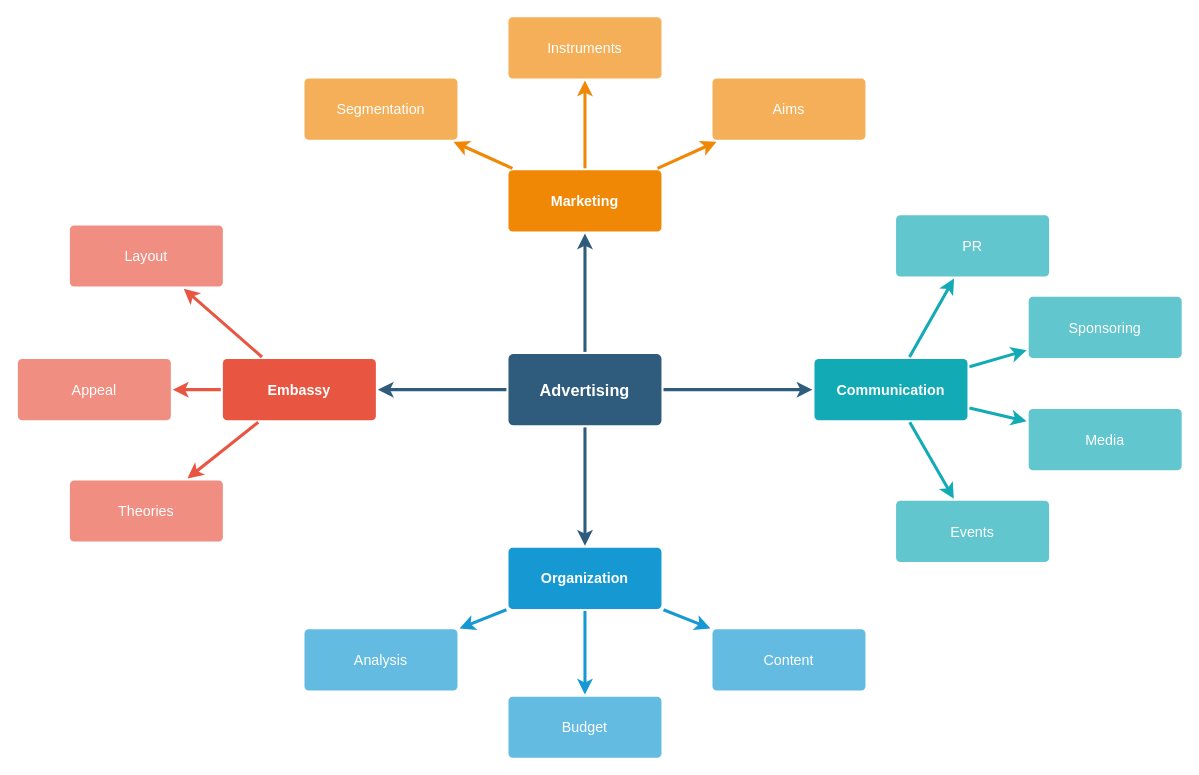
Earlier version of the draw.io diagram SWE Knowledge Portfolio.drawio (thisislink/swe-knowledge-portfolio). Source tidied: cells renumbered, new cells numbered last; positions are measured from the earlier drawing's top-left corner, leaving out a move shared by most shapes. Both pictures are drawn from the tidied source at 102%, with x=0, y=0 at pixel (17, 16).
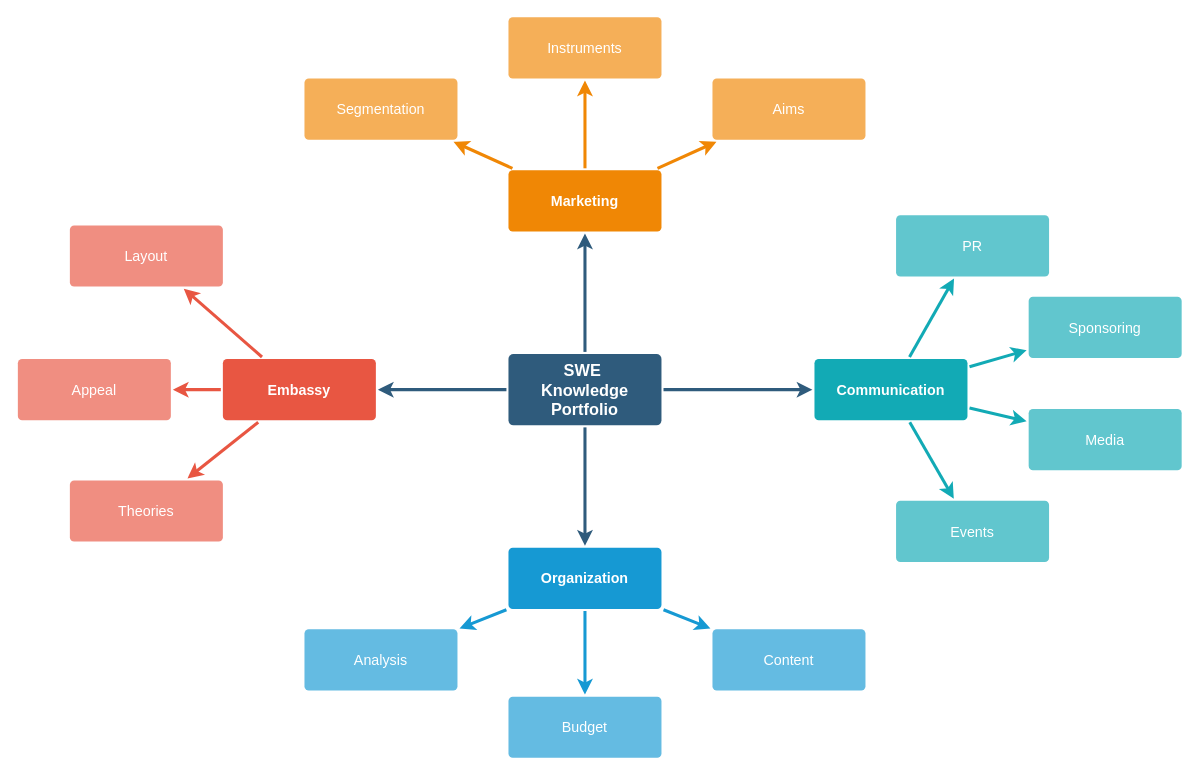
The same page after the edit.

Diff of the diagram source:
```diff
@@
-    <mxCell id="6" value="Advertising" style="rounded=1;whiteSpace=wrap;html=1;shadow=0;labelBackgroundColor=none;strokeColor=none;strokeWidth=3;fillColor=#2F5B7C;fontFamily=Helvetica;fontSize=16;fontColor=#FFFFFF;align=center;fontStyle=1;spacing=5;arcSize=7;perimeterSpacing=2;" parent="1" vertex="1">
+    <mxCell id="6" value="SWE&amp;nbsp;&lt;div&gt;Knowledge Portfolio&lt;/div&gt;" style="rounded=1;whiteSpace=wrap;html=1;shadow=0;labelBackgroundColor=none;strokeColor=none;strokeWidth=3;fillColor=#2F5B7C;fontFamily=Helvetica;fontSize=16;fontColor=#FFFFFF;align=center;fontStyle=1;spacing=5;arcSize=7;perimeterSpacing=2;" parent="1" vertex="1">
       <mxGeometry x="481" y="330.5" width="150" height="70" as="geometry" />
     </mxCell>
```
